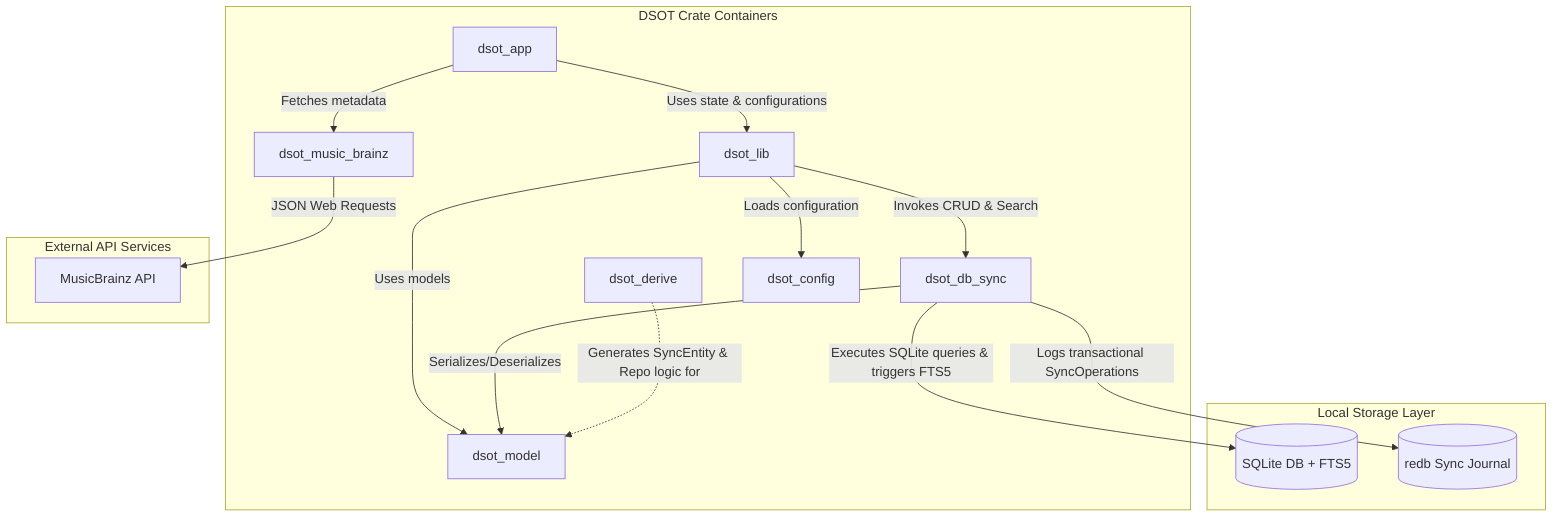
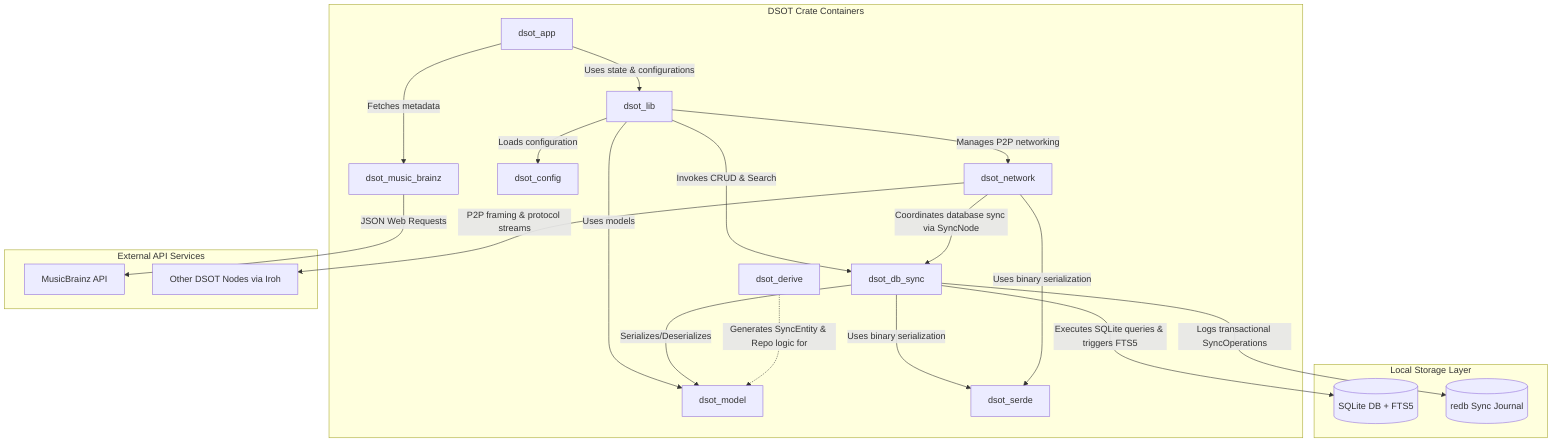
graph TD
    subgraph Cargo Workspace [DSOT Crate Containers]
        DesktopApp[dsot_app]
        Lib[dsot_lib]
        Model[dsot_model]
        DbSync[dsot_db_sync]
        Derive[dsot_derive]
        MB[dsot_music_brainz]
        Config[dsot_config]
+         Network[dsot_network]
+         Serde[dsot_serde]
    end

    subgraph Storage [Local Storage Layer]
        SQLite[(SQLite DB + FTS5)]
        Redb[(redb Sync Journal)]
    end

    subgraph Remote [External API Services]
        MusicBrainzAPI[MusicBrainz API]
+         P2PNodes[Other DSOT Nodes via Iroh]
    end

    DesktopApp -->|Uses state & configurations| Lib
    Lib -->|Invokes CRUD & Search| DbSync
+     Lib -->|Manages P2P networking| Network
    Lib -->|Uses models| Model
    Lib -->|Loads configuration| Config

    DbSync -->|Serializes/Deserializes| Model
+     DbSync -->|Uses binary serialization| Serde
    Derive -.->|Generates SyncEntity & Repo logic for| Model

    DbSync -->|Executes SQLite queries & triggers FTS5| SQLite
    DbSync -->|Logs transactional SyncOperations| Redb

+     Network -->|Coordinates database sync via SyncNode| DbSync
+     Network -->|Uses binary serialization| Serde
+     Network -->|P2P framing & protocol streams| P2PNodes
+ 
    DesktopApp -->|Fetches metadata| MB
    MB -->|JSON Web Requests| MusicBrainzAPI
